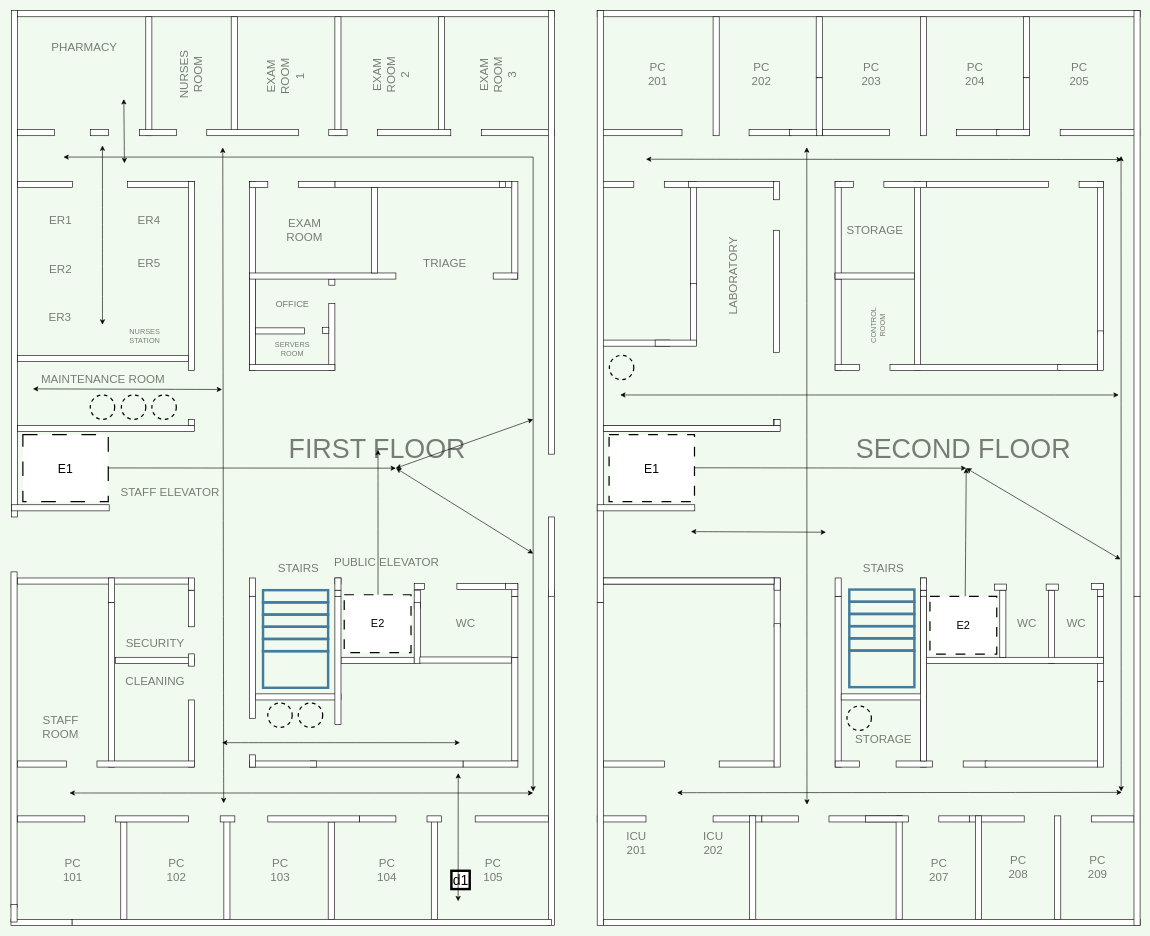
yellak/HMRSsim keeps this draw.io diagram as examples/hospitalLogisticsSimulation/hospital_two_floors.drawio. Above is the earlier version. Source tidied: cells renumbered, new cells numbered last; positions are measured from the earlier drawing's top-left corner, leaving out a move shared by most shapes. Both pictures are drawn from the tidied source at 61%, with x=0, y=0 at pixel (5, 10).
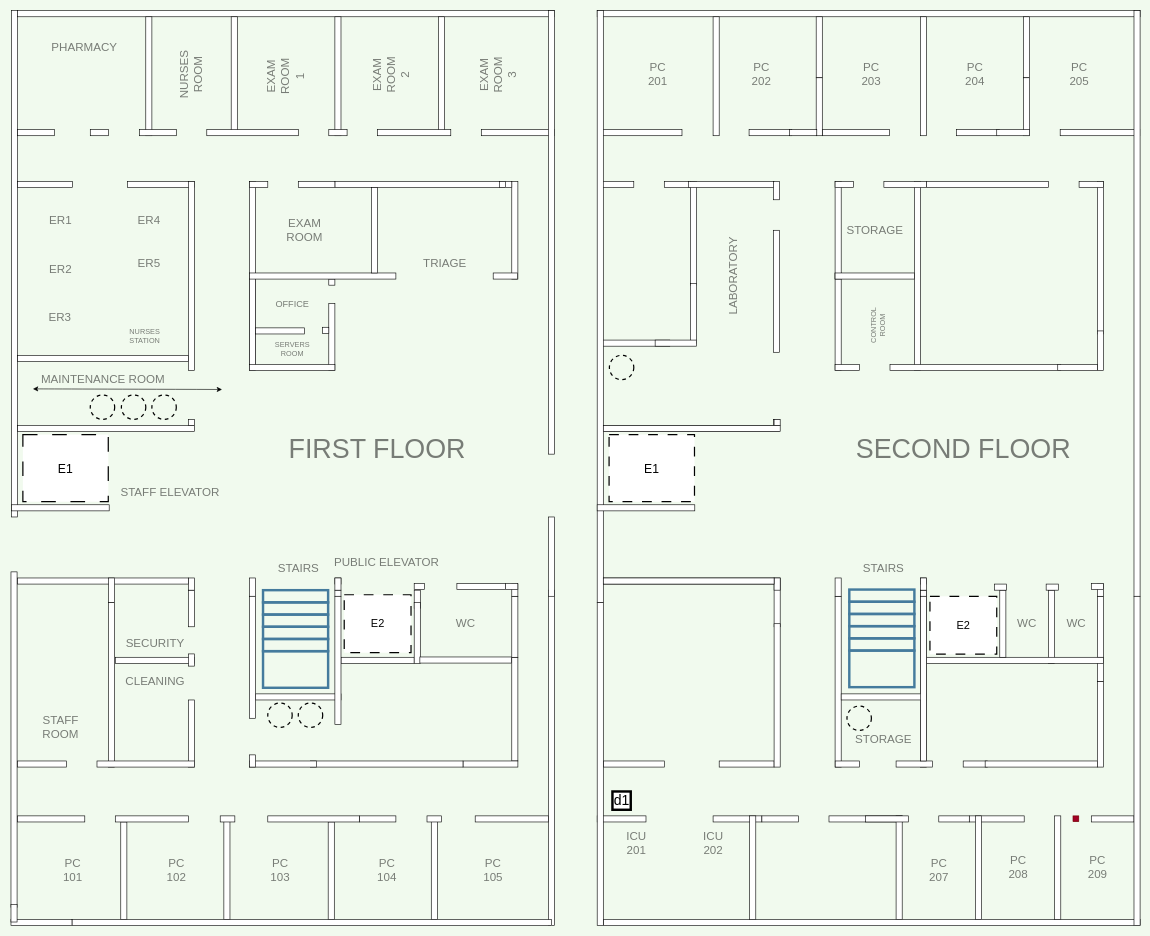
Above is the later version.

Change to the diagram source:
```diff
@@
     <mxCell id="156" value="d1" style="rounded=1;whiteSpace=wrap;html=1;sketch=0;fillStyle=solid;strokeWidth=4;fontSize=23;arcSize=0;" parent="1" vertex="1">
-      <mxGeometry x="731.5" y="1410" width="30" height="30" as="geometry" />
+      <mxGeometry x="995.5" y="1280" width="30" height="30" as="geometry" />
     </mxCell>
@@
-    <mxCell id="163" style="edgeStyle=orthogonalEdgeStyle;rounded=0;orthogonalLoop=1;jettySize=auto;html=1;exitX=0;exitY=0.5;exitDx=0;exitDy=0;startArrow=classic;startFill=1;strokeColor=#000000;" parent="1" edge="1">
-      <mxGeometry relative="1" as="geometry">
-        <mxPoint x="95.5" y="240" as="sourcePoint" />
-        <mxPoint x="865.5" y="1280" as="targetPoint" />
-        <Array as="points">
-          <mxPoint x="865.5" y="240" />
-          <mxPoint x="865.5" y="540" />
-        </Array>
-      </mxGeometry>
-    </mxCell>
-    <mxCell id="164" style="endArrow=classic;startArrow=classic;html=1;rounded=0;curved=1;entryX=1;entryY=0.5;entryDx=0;entryDy=0;exitX=0;exitY=0.5;exitDx=0;exitDy=0;strokeColor=#000000;" parent="1" edge="1">
-      <mxGeometry relative="1" as="geometry">
-        <mxPoint x="159.5" y="514.6" as="sourcePoint" />
-        <mxPoint x="159.5" y="221" as="targetPoint" />
-      </mxGeometry>
-    </mxCell>
-    <mxCell id="165" style="endArrow=classic;startArrow=classic;html=1;rounded=0;curved=1;entryX=1;entryY=0.5;entryDx=0;entryDy=0;exitX=0;exitY=0.5;exitDx=0;exitDy=0;strokeColor=#000000;" parent="1" edge="1">
-      <mxGeometry relative="1" as="geometry">
-        <mxPoint x="358.2" y="1299.2" as="sourcePoint" />
-        <mxPoint x="356.7" y="224.4" as="targetPoint" />
-      </mxGeometry>
-    </mxCell>
-    <mxCell id="166" style="endArrow=classic;startArrow=classic;html=1;rounded=0;curved=1;entryX=1;entryY=0.5;entryDx=0;entryDy=0;exitX=0;exitY=0.5;exitDx=0;exitDy=0;strokeColor=#000000;" parent="1" edge="1">
-      <mxGeometry relative="1" as="geometry">
-        <mxPoint x="105.5" y="1282.5" as="sourcePoint" />
-        <mxPoint x="865.5" y="1282.5" as="targetPoint" />
-      </mxGeometry>
-    </mxCell>
-    <mxCell id="167" style="endArrow=classic;startArrow=classic;html=1;rounded=0;curved=1;entryX=1;entryY=0.5;entryDx=0;entryDy=0;exitX=0;exitY=0.5;exitDx=0;exitDy=0;strokeColor=#000000;" parent="1" edge="1">
-      <mxGeometry relative="1" as="geometry">
-        <mxPoint x="35.5" y="749.5" as="sourcePoint" />
-        <mxPoint x="640.5" y="750" as="targetPoint" />
-      </mxGeometry>
-    </mxCell>
-    <mxCell id="168" style="endArrow=classic;startArrow=classic;html=1;rounded=0;curved=1;exitX=1;exitY=0.5;exitDx=0;exitDy=0;strokeColor=#000000;" parent="1" edge="1">
-      <mxGeometry relative="1" as="geometry">
-        <mxPoint x="640.5" y="750" as="sourcePoint" />
-        <mxPoint x="865.5" y="670" as="targetPoint" />
-      </mxGeometry>
-    </mxCell>
-    <mxCell id="169" style="endArrow=classic;startArrow=classic;html=1;rounded=0;curved=1;entryX=0.5;entryY=1;entryDx=0;entryDy=0;strokeColor=#000000;" parent="1" edge="1">
-      <mxGeometry x="0.33" y="-1" relative="1" as="geometry">
-        <mxPoint x="195.5" y="250" as="sourcePoint" />
-        <mxPoint x="194.5" y="145" as="targetPoint" />
-      </mxGeometry>
-    </mxCell>
-    <mxCell id="170" style="endArrow=classic;startArrow=classic;html=1;rounded=0;curved=1;exitX=0.093;exitY=-0.053;exitDx=0;exitDy=0;exitPerimeter=0;strokeColor=#000000;" parent="1" edge="1">
-      <mxGeometry relative="1" as="geometry">
-        <mxPoint x="640.7" y="750" as="sourcePoint" />
-        <mxPoint x="865.5" y="890" as="targetPoint" />
-      </mxGeometry>
-    </mxCell>
-    <mxCell id="171" style="endArrow=classic;startArrow=classic;html=1;rounded=0;curved=1;exitX=0;exitY=0.5;exitDx=0;exitDy=0;entryX=1.005;entryY=0.501;entryDx=0;entryDy=0;entryPerimeter=0;strokeColor=#000000;" parent="1" edge="1">
-      <mxGeometry relative="1" as="geometry">
-        <mxPoint x="611.2" y="719.8" as="sourcePoint" />
-        <mxPoint x="611.2" y="1047.1" as="targetPoint" />
-      </mxGeometry>
-    </mxCell>
-    <mxCell id="172" style="endArrow=classic;startArrow=classic;html=1;rounded=0;curved=1;entryX=1;entryY=0.5;entryDx=0;entryDy=0;strokeColor=#000000;" parent="1" edge="1">
-      <mxGeometry relative="1" as="geometry">
-        <mxPoint x="742.5" y="1460" as="sourcePoint" />
-        <mxPoint x="742.7" y="1250" as="targetPoint" />
-      </mxGeometry>
-    </mxCell>
-    <mxCell id="173" style="endArrow=classic;startArrow=classic;html=1;rounded=0;curved=1;exitX=0;exitY=0.5;exitDx=0;exitDy=0;strokeColor=#000000;" parent="1" edge="1">
-      <mxGeometry relative="1" as="geometry">
-        <mxPoint x="1019.5" y="749.2" as="sourcePoint" />
-        <mxPoint x="1575.5" y="750" as="targetPoint" />
-      </mxGeometry>
-    </mxCell>
-    <mxCell id="174" style="endArrow=classic;startArrow=classic;html=1;rounded=0;curved=1;exitX=0;exitY=0.5;exitDx=0;exitDy=0;strokeColor=#000000;" parent="1" edge="1">
-      <mxGeometry relative="1" as="geometry">
-        <mxPoint x="1124.2" y="854" as="sourcePoint" />
-        <mxPoint x="1345.5" y="855" as="targetPoint" />
-      </mxGeometry>
-    </mxCell>
-    <mxCell id="175" style="endArrow=classic;startArrow=classic;html=1;rounded=0;curved=1;exitX=0;exitY=0.5;exitDx=0;exitDy=0;entryX=0.338;entryY=0;entryDx=0;entryDy=0;entryPerimeter=0;strokeColor=#000000;" parent="1" edge="1">
-      <mxGeometry relative="1" as="geometry">
-        <mxPoint x="1314.4" y="1301.5" as="sourcePoint" />
-        <mxPoint x="1314.1" y="224" as="targetPoint" />
-      </mxGeometry>
-    </mxCell>
-    <mxCell id="176" style="endArrow=classic;startArrow=classic;html=1;rounded=0;curved=1;exitX=0;exitY=0.5;exitDx=0;exitDy=0;entryX=1;entryY=0.5;entryDx=0;entryDy=0;strokeColor=#000000;" parent="1" edge="1">
-      <mxGeometry relative="1" as="geometry">
-        <mxPoint x="1101.5" y="1282" as="sourcePoint" />
-        <mxPoint x="1830.5" y="1281.5" as="targetPoint" />
-      </mxGeometry>
-    </mxCell>
-    <mxCell id="177" style="endArrow=classic;startArrow=classic;html=1;rounded=0;curved=1;entryX=1;entryY=0.5;entryDx=0;entryDy=0;strokeColor=#000000;" parent="1" edge="1">
-      <mxGeometry relative="1" as="geometry">
-        <mxPoint x="1575.5" y="750" as="sourcePoint" />
-        <mxPoint x="1828.3" y="899.5" as="targetPoint" />
-      </mxGeometry>
-    </mxCell>
-    <mxCell id="178" style="endArrow=classic;startArrow=classic;html=1;rounded=0;curved=1;entryX=1;entryY=0.5;entryDx=0;entryDy=0;strokeColor=#000000;" parent="1" edge="1">
-      <mxGeometry relative="1" as="geometry">
-        <mxPoint x="1575.5" y="750" as="sourcePoint" />
-        <mxPoint x="1573.2" y="1045.5" as="targetPoint" />
-      </mxGeometry>
-    </mxCell>
-    <mxCell id="179" style="endArrow=classic;startArrow=classic;html=1;rounded=0;curved=1;entryX=0.338;entryY=0;entryDx=0;entryDy=0;entryPerimeter=0;strokeColor=#000000;" parent="1" edge="1">
-      <mxGeometry relative="1" as="geometry">
-        <mxPoint x="1829.5" y="1280" as="sourcePoint" />
-        <mxPoint x="1829.3" y="238.2" as="targetPoint" />
-      </mxGeometry>
-    </mxCell>
-    <mxCell id="180" style="endArrow=classic;startArrow=classic;html=1;rounded=0;curved=1;exitX=0;exitY=0.5;exitDx=0;exitDy=0;entryX=1;entryY=0.5;entryDx=0;entryDy=0;strokeColor=#000000;" parent="1" edge="1">
-      <mxGeometry relative="1" as="geometry">
-        <mxPoint x="1050.5" y="243.5" as="sourcePoint" />
-        <mxPoint x="1830.5" y="244" as="targetPoint" />
-      </mxGeometry>
-    </mxCell>
-    <mxCell id="181" style="endArrow=classic;startArrow=classic;html=1;rounded=0;curved=1;exitX=0;exitY=0.5;exitDx=0;exitDy=0;strokeColor=#000000;" parent="1" edge="1">
-      <mxGeometry relative="1" as="geometry">
-        <mxPoint x="1008.2" y="630" as="sourcePoint" />
-        <mxPoint x="1825.5" y="630" as="targetPoint" />
-      </mxGeometry>
-    </mxCell>
-    <mxCell id="182" style="endArrow=classic;startArrow=classic;html=1;rounded=0;curved=1;strokeColor=#000000;" parent="1" edge="1">
-      <mxGeometry relative="1" as="geometry">
-        <mxPoint x="355.5" y="1200" as="sourcePoint" />
-        <mxPoint x="745.5" y="1200" as="targetPoint" />
-      </mxGeometry>
-    </mxCell>
@@
-    <mxCell id="262" value="PUBLIC ELEVATOR" style="text;html=1;strokeColor=none;fillColor=none;align=center;verticalAlign=middle;whiteSpace=wrap;rounded=0;sketch=0;fillStyle=solid;strokeWidth=4;fontFamily=Helvetica;fontSize=19;fontColor=#000000;textOpacity=50;" parent="1" vertex="1">
-      <mxGeometry x="535" y="890" width="180.5" height="30" as="geometry" />
-    </mxCell>
@@
+    <mxCell id="262" value="PUBLIC ELEVATOR" style="text;html=1;strokeColor=none;fillColor=none;align=center;verticalAlign=middle;whiteSpace=wrap;rounded=0;sketch=0;fillStyle=solid;strokeWidth=4;fontFamily=Helvetica;fontSize=19;fontColor=#000000;textOpacity=50;" parent="1" vertex="1">
+      <mxGeometry x="535" y="890" width="180.5" height="30" as="geometry" />
+    </mxCell>
+    <mxCell id="265" style="whiteSpace=wrap;html=1;fillColor=#a20025;fontColor=#ffffff;strokeColor=#6F0000;" parent="1" vertex="1">
+      <mxGeometry x="1750.5" y="1320" width="9.5" height="9.5" as="geometry" />
+    </mxCell>
```
